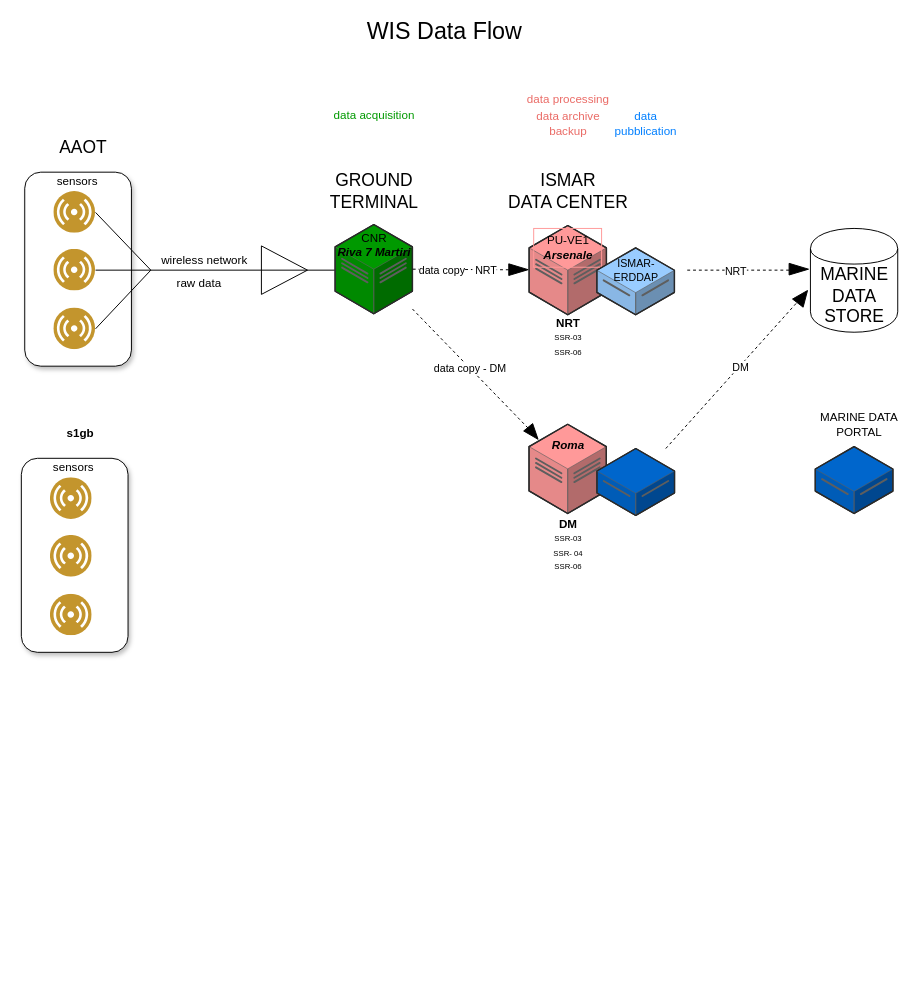
Before: page "Page-1" (1 of 2) of DANUBIUS_2_data_flow chart.drawio in amefad/diagramsnet, a draw.io diagram. Source tidied: cells renumbered, new cells numbered last; positions are measured from the earlier drawing's top-left corner, leaving out a move shared by most shapes. Both pictures are drawn from the tidied source at 97%, with x=0, y=0 at pixel (20, 16).
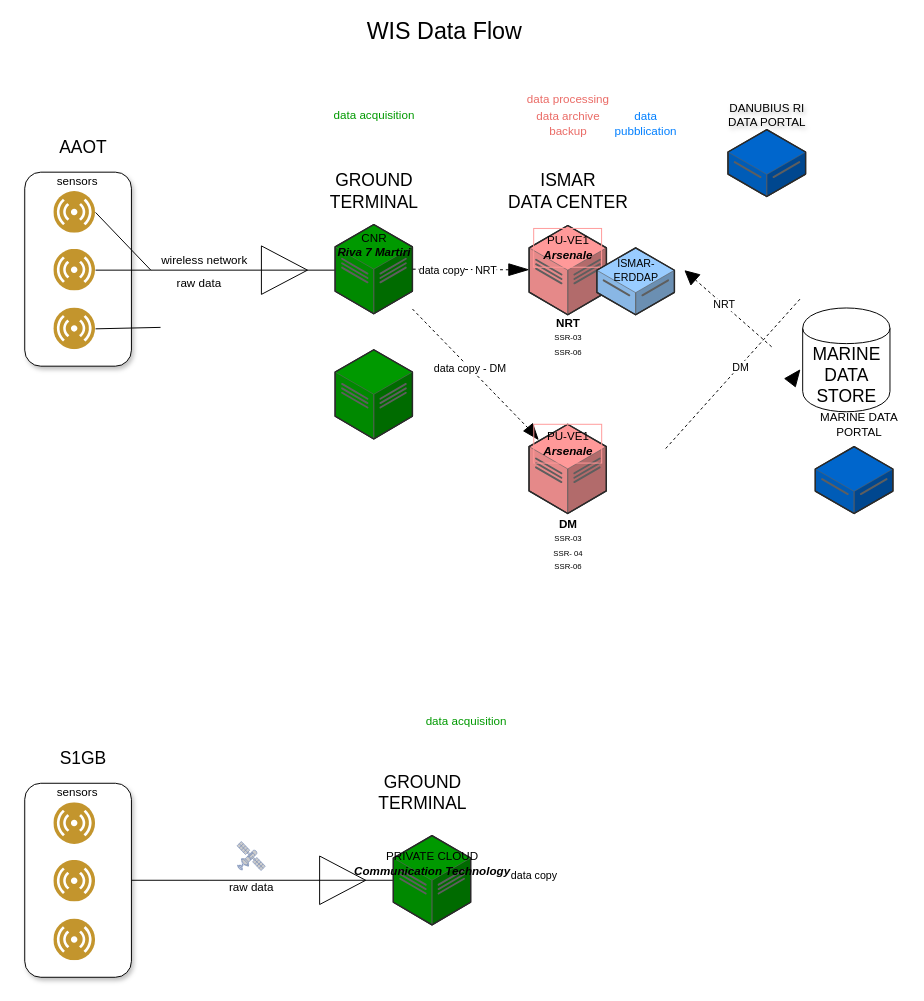
The same page after the edit.

Unchanged cells that the change refers to:
```xml
<mxCell id="5" style="verticalLabelPosition=bottom;shadow=0;dashed=0;align=center;html=1;verticalAlign=top;shape=mxgraph.electrical.miscellaneous.cable_termination;" parent="1" vertex="1">
  <mxGeometry x="134" y="236" width="190" height="50" as="geometry" />
</mxCell>
<mxCell id="10" style="image;perimeter=ellipsePerimeter;html=1;align=center;shadow=0;dashed=0;fontColor=#4277BB;labelBackgroundColor=default;fontSize=12;spacingTop=3;image=img/lib/ibm/users/sensor.svg;fillColor=#A680B8;" parent="1" vertex="1">
  <mxGeometry x="34" y="300" width="43" height="43" as="geometry" />
</mxCell>
<mxCell id="16" style="endArrow=none;dashed=1;html=1;rounded=0;" parent="1" edge="1" target="20">
  <mxGeometry relative="1" as="geometry">
    <mxPoint x="404" y="260" as="sourcePoint" />
  </mxGeometry>
</mxCell>
```

Diff of the diagram source:
```diff
@@
-    <mxCell id="11" value="&lt;div&gt;&lt;font style=&quot;font-size: 18px;&quot;&gt;&lt;span style=&quot;background-color: initial;&quot;&gt;AAOT&lt;/span&gt;&lt;/font&gt;&lt;/div&gt;" style="text;html=1;align=center;verticalAlign=middle;strokeColor=none;fillColor=none;" parent="1" vertex="1">
+    <mxCell id="11" value="&lt;div&gt;&lt;font style=&quot;font-size: 18px;&quot;&gt;&lt;span style=&quot;background-color: initial;&quot;&gt;AAOT&lt;/span&gt;&lt;/font&gt;&lt;/div&gt;" style="text;html=1;align=center;verticalAlign=middle;strokeColor=none;fillColor=none;fontStyle=0;" parent="1" vertex="1">
       <mxGeometry x="29" y="115" width="70" height="40" as="geometry" />
     </mxCell>
@@
-    <mxCell id="15" style="endArrow=none;html=1;rounded=0;exitX=1;exitY=0.5;exitDx=0;exitDy=0;entryX=0;entryY=0.5;entryDx=0;entryDy=0;entryPerimeter=0;" parent="1" edge="1" source="10" target="5">
-      <mxGeometry relative="1" as="geometry" />
+    <mxCell id="15" style="endArrow=none;html=1;rounded=0;exitX=1;exitY=0.5;exitDx=0;exitDy=0;" parent="1" edge="1" source="10">
+      <mxGeometry relative="1" as="geometry">
+        <mxPoint x="144" y="320" as="targetPoint" />
+      </mxGeometry>
     </mxCell>
@@
+    <mxCell id="55" value="data copy" style="edgeLabel;html=1;align=center;verticalAlign=middle;" parent="16" vertex="1">
+      <mxGeometry relative="1" as="geometry">
+        <mxPoint x="65" y="624" as="offset" />
+      </mxGeometry>
+    </mxCell>
@@
-    <mxCell id="27" style="endArrow=none;dashed=1;html=1;rounded=0;" parent="1" edge="1">
+    <mxCell id="27" style="endArrow=block;dashed=1;html=1;rounded=0;endFill=1;endSize=13;" parent="1" edge="1">
       <mxGeometry relative="1" as="geometry">
-        <mxPoint x="804" y="261" as="sourcePoint" />
+        <mxPoint x="774" y="340" as="sourcePoint" />
         <mxPoint x="684" y="261" as="targetPoint" />
       </mxGeometry>
     </mxCell>
@@
-    <mxCell id="32" value="&lt;b&gt;&lt;i&gt;Roma&lt;/i&gt;&lt;/b&gt;" style="text;html=1;align=center;verticalAlign=middle;strokeColor=none;fillColor=none;" parent="1" vertex="1">
-      <mxGeometry x="533.7" y="426.9" width="60" height="30" as="geometry" />
-    </mxCell>
-    <mxCell id="33" style="shape=cylinder;whiteSpace=wrap;html=1;boundedLbl=1;backgroundOutline=1;" parent="1" vertex="1">
-      <mxGeometry x="814" y="218" width="90" height="107" as="geometry" />
-    </mxCell>
-    <mxCell id="34" value="&lt;div&gt;&lt;font style=&quot;font-size: 18px;&quot;&gt;MARINE&lt;/font&gt;&lt;/div&gt;&lt;div&gt;&lt;font style=&quot;font-size: 18px;&quot;&gt;DATA&lt;/font&gt;&lt;/div&gt;&lt;div&gt;&lt;font style=&quot;font-size: 18px;&quot;&gt;STORE&lt;/font&gt;&lt;/div&gt;" style="text;html=1;align=center;verticalAlign=middle;strokeColor=none;fillColor=none;" parent="1" vertex="1">
-      <mxGeometry x="814" y="248.1" width="90" height="80" as="geometry" />
-    </mxCell>
-    <mxCell id="35" style="verticalLabelPosition=bottom;html=1;verticalAlign=top;strokeWidth=1;align=center;outlineConnect=0;dashed=0;outlineConnect=0;shape=mxgraph.aws3d.dataServer;strokeColor=#5E5E5E;fillColor=#0066CC;" parent="1" vertex="1">
-      <mxGeometry x="593.9" y="444.9" width="80" height="69" as="geometry" />
-    </mxCell>
@@
-    <mxCell id="37" style="endArrow=none;dashed=1;html=1;rounded=0;" parent="1" edge="1" source="35">
+    <mxCell id="37" style="endArrow=none;dashed=1;html=1;rounded=0;" parent="1" edge="1">
       <mxGeometry relative="1" as="geometry">
+        <mxPoint x="664.8" y="444.9" as="sourcePoint" />
         <mxPoint x="804" y="290" as="targetPoint" />
       </mxGeometry>
     </mxCell>
@@
-    <mxCell id="44" style="shape=mxgraph.arrows2.wedgeArrow;html=1;startWidth=6;fillColor=strokeColor;defaultFillColor=invert;defaultGradientColor=invert;rounded=0;" parent="1" edge="1">
-      <mxGeometry relative="1" as="geometry">
-        <mxPoint x="792" y="260" as="sourcePoint" />
-        <mxPoint x="812" y="260" as="targetPoint" />
-      </mxGeometry>
-    </mxCell>
@@
-    <mxCell id="47" style="shape=mxgraph.arrows2.wedgeArrow;html=1;startWidth=6.896551724137932;fillColor=strokeColor;defaultFillColor=invert;defaultGradientColor=invert;rounded=0;" parent="1" edge="1">
-      <mxGeometry relative="1" as="geometry">
-        <mxPoint x="801" y="295" as="sourcePoint" />
-        <mxPoint x="811" y="282" as="targetPoint" />
-      </mxGeometry>
-    </mxCell>
@@
+    <mxCell id="56" style="edgeStyle=orthogonalEdgeStyle;rounded=0;jettySize=auto;html=1;entryX=0;entryY=0.5;entryDx=0;entryDy=0;entryPerimeter=0;endArrow=none;endFill=0;" parent="1" edge="1" source="49" target="58">
+      <mxGeometry relative="1" as="geometry" />
+    </mxCell>
     <mxCell id="49" style="rounded=1;whiteSpace=wrap;html=1;fillColor=default;shadow=1;" parent="1" vertex="1">
-      <mxGeometry x="0.5" y="455" width="110" height="200" as="geometry" />
+      <mxGeometry x="4" y="790" width="110" height="200" as="geometry" />
     </mxCell>
     <mxCell id="50" style="image;perimeter=ellipsePerimeter;html=1;align=center;shadow=0;dashed=0;fontColor=#4277BB;labelBackgroundColor=default;fontSize=12;spacingTop=3;image=img/lib/ibm/users/sensor.svg;fillColor=#426EFF;strokeColor=#3333FF;" parent="1" vertex="1">
-      <mxGeometry x="30.5" y="475" width="43" height="43" as="geometry" />
+      <mxGeometry x="34" y="810" width="43" height="43" as="geometry" />
     </mxCell>
     <mxCell id="51" value="sensors" style="text;html=1;align=center;verticalAlign=middle;strokeColor=none;fillColor=none;" parent="1" vertex="1">
-      <mxGeometry x="19" y="450" width="70" height="30" as="geometry" />
+      <mxGeometry x="22.5" y="785" width="70" height="30" as="geometry" />
     </mxCell>
     <mxCell id="52" style="image;perimeter=ellipsePerimeter;html=1;align=center;shadow=0;dashed=0;fontColor=#4277BB;labelBackgroundColor=default;fontSize=12;spacingTop=3;image=img/lib/ibm/users/sensor.svg;fillColor=#A680B8;" parent="1" vertex="1">
-      <mxGeometry x="30.5" y="534.5" width="43" height="43" as="geometry" />
+      <mxGeometry x="34" y="869.5" width="43" height="43" as="geometry" />
     </mxCell>
     <mxCell id="53" style="image;perimeter=ellipsePerimeter;html=1;align=center;shadow=0;dashed=0;fontColor=#4277BB;labelBackgroundColor=default;fontSize=12;spacingTop=3;image=img/lib/ibm/users/sensor.svg;fillColor=#A680B8;" parent="1" vertex="1">
-      <mxGeometry x="30.5" y="595" width="43" height="43" as="geometry" />
+      <mxGeometry x="34" y="930" width="43" height="43" as="geometry" />
     </mxCell>
-    <mxCell id="54" value="&lt;b&gt;s1gb&lt;/b&gt;" style="text;html=1;align=center;verticalAlign=middle;strokeColor=none;fillColor=none;" parent="1" vertex="1">
-      <mxGeometry x="35.5" y="415" width="50" height="30" as="geometry" />
+    <mxCell id="54" value="&lt;font style=&quot;font-size: 18px;&quot;&gt;&lt;span style=&quot;font-size: 18px;&quot;&gt;S1GB&lt;/span&gt;&lt;/font&gt;" style="text;html=1;align=center;verticalAlign=middle;strokeColor=none;fillColor=none;fontFamily=Helvetica;fontSize=18;fontColor=default;fontStyle=0;" parent="1" vertex="1">
+      <mxGeometry x="29" y="745" width="70" height="40" as="geometry" />
     </mxCell>
+    <mxCell id="57" value="raw data" style="text;html=1;align=center;verticalAlign=middle;whiteSpace=wrap;rounded=0;" parent="1" vertex="1">
+      <mxGeometry x="207.5" y="882.5" width="60" height="30" as="geometry" />
+    </mxCell>
+    <mxCell id="58" style="verticalLabelPosition=bottom;shadow=0;dashed=0;align=center;html=1;verticalAlign=top;shape=mxgraph.electrical.miscellaneous.cable_termination;" parent="1" vertex="1">
+      <mxGeometry x="194" y="865" width="190" height="50" as="geometry" />
+    </mxCell>
+    <mxCell id="59" style="fontColor=#0066CC;verticalAlign=top;verticalLabelPosition=bottom;labelPosition=center;align=center;html=1;fillColor=#CCCCCC;strokeColor=#6881B3;gradientColor=none;gradientDirection=north;strokeWidth=2;shape=mxgraph.networks.satellite;" parent="1" vertex="1">
+      <mxGeometry x="222.9" y="850" width="29.1" height="30" as="geometry" />
+    </mxCell>
+    <mxCell id="60" style="verticalLabelPosition=bottom;html=1;verticalAlign=top;strokeWidth=1;align=center;dashed=0;shape=mxgraph.aws3d.dataCenter;strokeColor=#5E5E5E;fillColor=#009900;" parent="1" vertex="1">
+      <mxGeometry x="384" y="844" width="79.7" height="92" as="geometry" />
+    </mxCell>
+    <mxCell id="61" value="&lt;font style=&quot;font-size: 18px;&quot;&gt;&lt;font style=&quot;&quot;&gt;GROUND&lt;/font&gt;&lt;/font&gt;&lt;div&gt;&lt;font style=&quot;font-size: 18px;&quot;&gt;&lt;span style=&quot;background-color: initial;&quot;&gt;TERMINAL&lt;/span&gt;&lt;/font&gt;&lt;/div&gt;" style="text;html=1;align=center;verticalAlign=middle;strokeColor=none;fillColor=none;" parent="1" vertex="1">
+      <mxGeometry x="358.8" y="770" width="110" height="60" as="geometry" />
+    </mxCell>
+    <mxCell id="62" value="&lt;div&gt;PRIVATE CLOUD&lt;/div&gt;&lt;div&gt;&lt;b&gt;&lt;i&gt;Communication Technology&lt;/i&gt;&lt;/b&gt;&lt;br&gt;&lt;/div&gt;" style="text;html=1;align=center;verticalAlign=middle;strokeColor=none;fillColor=none;" parent="1" vertex="1">
+      <mxGeometry x="333.8" y="853" width="180" height="40" as="geometry" />
+    </mxCell>
+    <mxCell id="63" value="&lt;font color=&quot;#009900&quot;&gt;data acquisition&lt;/font&gt;" style="text;html=1;align=center;verticalAlign=middle;strokeColor=none;fillColor=none;" parent="1" vertex="1">
+      <mxGeometry x="403.7" y="711" width="110" height="30" as="geometry" />
+    </mxCell>
+    <mxCell id="64" value="PU-VE1&lt;br&gt;&lt;i&gt;&lt;b&gt;Arsenale&lt;/b&gt;&lt;/i&gt;" style="text;html=1;align=center;verticalAlign=middle;strokeColor=#FF9999;fillColor=none;" parent="1" vertex="1">
+      <mxGeometry x="528.8" y="419.9" width="70" height="40" as="geometry" />
+    </mxCell>
+    <mxCell id="65" style="verticalLabelPosition=bottom;html=1;verticalAlign=top;strokeWidth=1;align=center;dashed=0;shape=mxgraph.aws3d.dataServer;strokeColor=#5E5E5E;fillColor=#0066CC;" parent="1" vertex="1">
+      <mxGeometry x="729" y="116.1" width="80" height="69" as="geometry" />
+    </mxCell>
+    <mxCell id="66" value="DANUBIUS RI&lt;br&gt;DATA PORTAL" style="text;html=1;align=center;verticalAlign=middle;strokeColor=none;fillColor=none;shadow=0;textShadow=1;labelBackgroundColor=none;labelBorderColor=none;" parent="1" vertex="1">
+      <mxGeometry x="719" y="81.2" width="100" height="40" as="geometry" />
+    </mxCell>
+    <mxCell id="67" style="verticalLabelPosition=bottom;html=1;verticalAlign=top;strokeWidth=1;align=center;dashed=0;shape=mxgraph.aws3d.dataCenter;strokeColor=#5E5E5E;fillColor=#009900;" parent="1" vertex="1">
+      <mxGeometry x="324" y="343" width="79.7" height="92" as="geometry" />
+    </mxCell>
+    <mxCell id="33" style="shape=cylinder;whiteSpace=wrap;html=1;boundedLbl=1;backgroundOutline=1;" parent="1" vertex="1">
+      <mxGeometry x="806" y="300" width="90" height="107" as="geometry" />
+    </mxCell>
+    <mxCell id="34" value="&lt;div&gt;&lt;font style=&quot;font-size: 18px;&quot;&gt;MARINE&lt;/font&gt;&lt;/div&gt;&lt;div&gt;&lt;font style=&quot;font-size: 18px;&quot;&gt;DATA&lt;/font&gt;&lt;/div&gt;&lt;div&gt;&lt;font style=&quot;font-size: 18px;&quot;&gt;STORE&lt;/font&gt;&lt;/div&gt;" style="text;html=1;align=center;verticalAlign=middle;strokeColor=none;fillColor=none;" parent="1" vertex="1">
+      <mxGeometry x="806" y="330.1" width="90" height="80" as="geometry" />
+    </mxCell>
+    <mxCell id="47" style="shape=mxgraph.arrows2.wedgeArrow;html=1;startWidth=6.896551724137932;fillColor=strokeColor;defaultFillColor=invert;defaultGradientColor=invert;rounded=0;" parent="1" edge="1">
+      <mxGeometry relative="1" as="geometry">
+        <mxPoint x="793" y="377" as="sourcePoint" />
+        <mxPoint x="803" y="364" as="targetPoint" />
+      </mxGeometry>
+    </mxCell>
```
